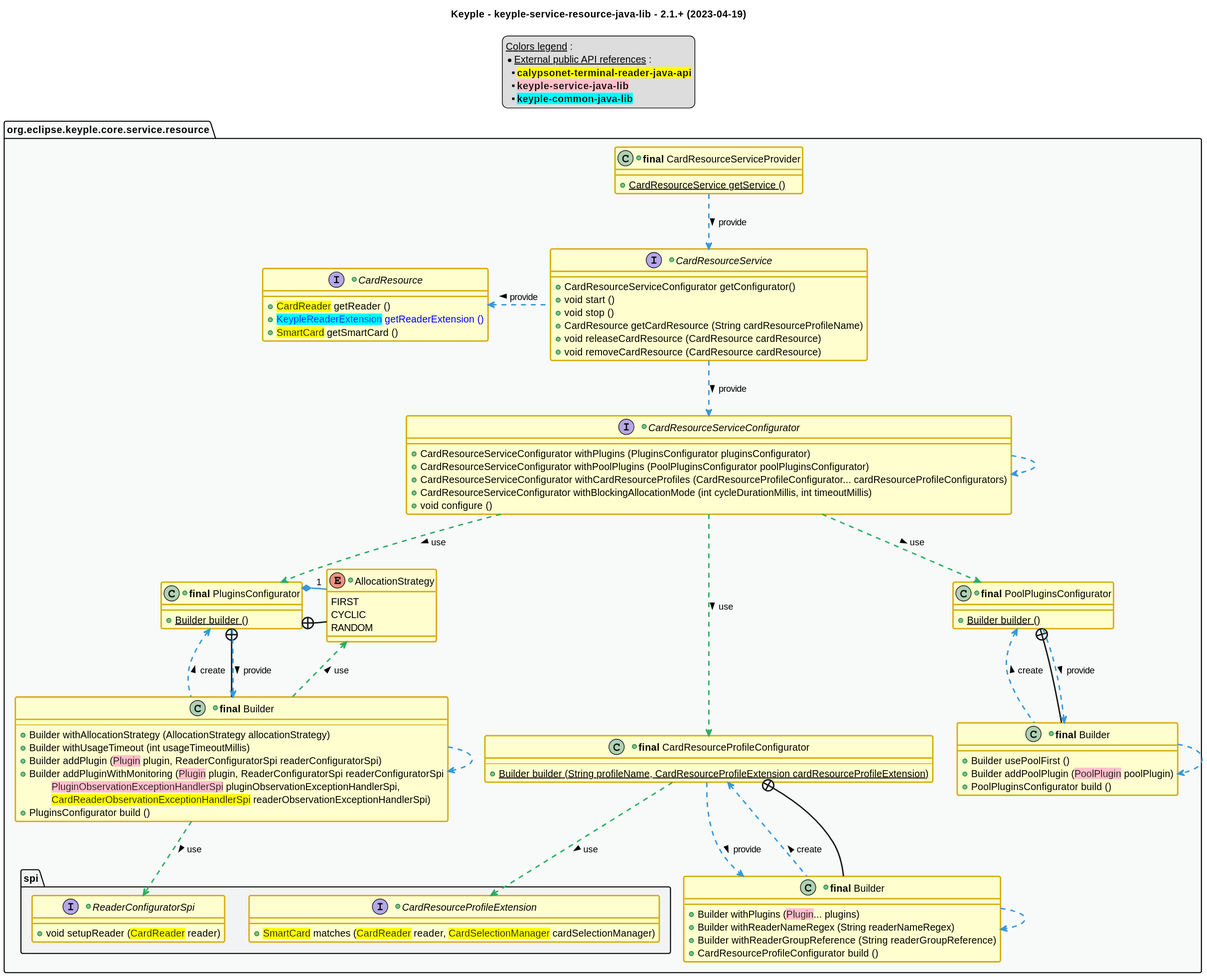
Above: src/main/uml/api_class_diagram.svg in eclipse-keyple/keyple-service-resource-java-lib (PlantUML), before the change. Its diagram source:
```plantuml
@startuml
title
    Keyple - keyple-service-resource-java-lib - 2.1.+ (2023-04-19)
end title


!define C_GREY1 F8F9F9
!define C_GREY2 F2F3F4
!define C_GREY3 E5E7E9
!define C_GREY4 D7DBDD
!define C_GREY5 CACFD2
!define C_GREY6 BDC3C7
!define C_LINK 3498DB
!define C_USE 27AE60

skinparam stereotypeABorderColor #A9DCDF
skinparam stereotypeIBorderColor #B4A7E5
skinparam stereotypeCBorderColor #ADD1B2
skinparam stereotypeEBorderColor #EB93DF

skinparam ClassBorderThickness 2
skinparam ArrowThickness 2

skinparam ClassBackgroundColor #FEFECE
skinparam ClassBorderColor #D4AC0D
skinparam ClassBackgroundColor<<red>> #FDEDEC
skinparam ClassBorderColor<<red>> #E74C3C
hide <<red>> stereotype
skinparam ClassBackgroundColor<<purple>> #F4ECF7
skinparam ClassBorderColor<<purple>> #8E44AD
hide <<purple>> stereotype
skinparam ClassBackgroundColor<<blue>> #EBF5FB
skinparam ClassBorderColor<<blue>> #3498DB
hide <<blue>> stereotype
skinparam ClassBackgroundColor<<green>> #E9F7EF
skinparam ClassBorderColor<<green>> #27AE60
hide <<green>> stereotype
skinparam ClassBackgroundColor<<grey>> #EAECEE
skinparam ClassBorderColor<<grey>> #2C3E50
hide <<grey>> stereotype


legend top
    __Colors legend__ :
    * __External public API references__ :
    ** <back:yellow>**calypsonet-terminal-reader-java-api**</back>
    ** <back:pink>**keyple-service-java-lib**</back>
    ** <back:cyan>**keyple-common-java-lib**</back>
end legend

package "org.eclipse.keyple.core.service.resource" as resource {

    +class "**final** CardResourceServiceProvider" as CardResourceServiceProvider {
        +{static} CardResourceService getService ()
    }

    +interface CardResourceService {
        +CardResourceServiceConfigurator getConfigurator()
        +void start ()
        +void stop ()
        +CardResource getCardResource (String cardResourceProfileName)
        +void releaseCardResource (CardResource cardResource)
        +void removeCardResource (CardResource cardResource)
    }

    +interface CardResourceServiceConfigurator {
        +CardResourceServiceConfigurator withPlugins (PluginsConfigurator pluginsConfigurator)
        +CardResourceServiceConfigurator withPoolPlugins (PoolPluginsConfigurator poolPluginsConfigurator)
        +CardResourceServiceConfigurator withCardResourceProfiles (CardResourceProfileConfigurator... cardResourceProfileConfigurators)
        +CardResourceServiceConfigurator withBlockingAllocationMode (int cycleDurationMillis, int timeoutMillis)
        +void configure ()
    }

    +class "**final** PluginsConfigurator" as PluginsConfigurator {
        +{static} Builder builder ()
    }
    +class "**final** Builder" as PluginsConfiguratorBuilder {
        --
        +Builder withAllocationStrategy (AllocationStrategy allocationStrategy)
        +Builder withUsageTimeout (int usageTimeoutMillis)
        +Builder addPlugin (<back:pink>Plugin</back> plugin, ReaderConfiguratorSpi readerConfiguratorSpi)
        +Builder addPluginWithMonitoring (<back:pink>Plugin</back> plugin, ReaderConfiguratorSpi readerConfiguratorSpi
            \t<back:pink>PluginObservationExceptionHandlerSpi</back> pluginObservationExceptionHandlerSpi,
            \t<back:yellow>CardReaderObservationExceptionHandlerSpi</back> readerObservationExceptionHandlerSpi)
        +PluginsConfigurator build ()
    }
    +enum AllocationStrategy {
        FIRST
        CYCLIC
        RANDOM
    }

    +class "**final** PoolPluginsConfigurator" as PoolPluginsConfigurator {
        +{static} Builder builder ()
    }
    +class "**final** Builder" as PoolPluginsConfiguratorBuilder {
        +Builder usePoolFirst ()
        +Builder addPoolPlugin (<back:pink>PoolPlugin</back> poolPlugin)
        +PoolPluginsConfigurator build ()
    }

    +class "**final** CardResourceProfileConfigurator" as CardResourceProfileConfigurator {
        --
        +{static} Builder builder (String profileName, CardResourceProfileExtension cardResourceProfileExtension)
    }
    +class "**final** Builder" as CardResourceProfileConfiguratorBuilder {
        +Builder withPlugins (<back:pink>Plugin</back>... plugins)
        +Builder withReaderNameRegex (String readerNameRegex)
        +Builder withReaderGroupReference (String readerGroupReference)
        +CardResourceProfileConfigurator build ()
    }

    +interface CardResource {
        +<back:yellow>CardReader</back> getReader ()
        +<color:blue><back:cyan>KeypleReaderExtension</back> getReaderExtension ()
        +<back:yellow>SmartCard</back> getSmartCard ()
    }

    package "spi" as resourceSpi {
        +interface ReaderConfiguratorSpi {
            +void setupReader (<back:yellow>CardReader</back> reader)
        }
        +interface CardResourceProfileExtension {
            +<back:yellow>SmartCard</back> matches (<back:yellow>CardReader</back> reader, <back:yellow>CardSelectionManager</back> cardSelectionManager)
        }
    }
}


CardResourceServiceProvider ..> CardResourceService #C_LINK : provide >

CardResourceService .left.> CardResource #C_LINK : provide >
CardResourceService ..> CardResourceServiceConfigurator #C_LINK : provide >

CardResourceServiceConfigurator ..> CardResourceServiceConfigurator #C_LINK
CardResourceServiceConfigurator ..> PluginsConfigurator #C_USE : use >
CardResourceServiceConfigurator ..> PoolPluginsConfigurator #C_USE : use >
CardResourceServiceConfigurator ..> CardResourceProfileConfigurator #C_USE : use >

PluginsConfigurator +-- PluginsConfiguratorBuilder
PluginsConfigurator ..> PluginsConfiguratorBuilder #C_LINK : provide >
PluginsConfigurator +-right- AllocationStrategy
PluginsConfigurator *-right- "1" AllocationStrategy #C_LINK

PluginsConfiguratorBuilder ..> PluginsConfiguratorBuilder #C_LINK
PluginsConfiguratorBuilder .up.> AllocationStrategy #C_USE : use >
PluginsConfiguratorBuilder ..> ReaderConfiguratorSpi #C_USE : use >
PluginsConfiguratorBuilder .up.> PluginsConfigurator #C_LINK : create >

PoolPluginsConfigurator +-- PoolPluginsConfiguratorBuilder
PoolPluginsConfigurator ..> PoolPluginsConfiguratorBuilder #C_LINK : provide >

PoolPluginsConfiguratorBuilder ..> PoolPluginsConfiguratorBuilder #C_LINK
PoolPluginsConfiguratorBuilder .up.> PoolPluginsConfigurator #C_LINK : create >

CardResourceProfileConfigurator +-- CardResourceProfileConfiguratorBuilder
CardResourceProfileConfigurator ..> CardResourceProfileConfiguratorBuilder #C_LINK : provide >
CardResourceProfileConfigurator ..> CardResourceProfileExtension #C_USE : use >

CardResourceProfileConfiguratorBuilder ..> CardResourceProfileConfiguratorBuilder #C_LINK
CardResourceProfileConfiguratorBuilder .up.> CardResourceProfileConfigurator #C_LINK : create >



package resource #C_GREY1 {}
package resource.resourceSpi #C_GREY2 {}
@enduml
```
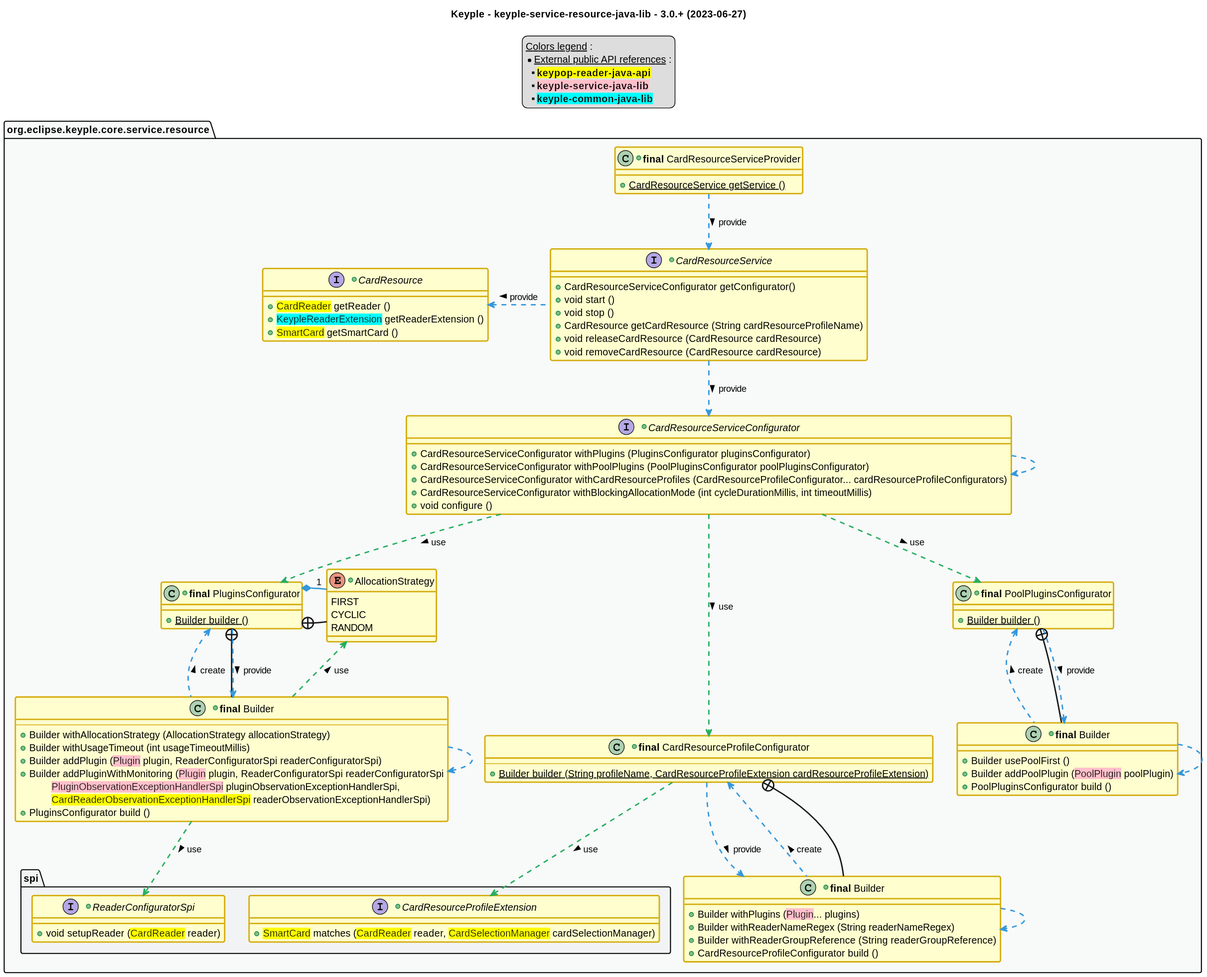
Above is the later version.

Change to the diagram source:
```diff
@@ -1,6 +1,6 @@
 @startuml
 title
-    Keyple - keyple-service-resource-java-lib - 2.1.+ (2023-04-19)
+    Keyple - keyple-service-resource-java-lib - 3.0.+ (2023-06-27)
 end title
 
 
@@ -43,7 +43,7 @@
 legend top
     __Colors legend__ :
     * __External public API references__ :
-    ** <back:yellow>**calypsonet-terminal-reader-java-api**</back>
+    ** <back:yellow>**keypop-reader-java-api**</back>
     ** <back:pink>**keyple-service-java-lib**</back>
     ** <back:cyan>**keyple-common-java-lib**</back>
 end legend
@@ -112,7 +112,7 @@
 
     +interface CardResource {
         +<back:yellow>CardReader</back> getReader ()
-        +<color:blue><back:cyan>KeypleReaderExtension</back> getReaderExtension ()
+        +<back:cyan>KeypleReaderExtension</back> getReaderExtension ()
         +<back:yellow>SmartCard</back> getSmartCard ()
     }
 
```
